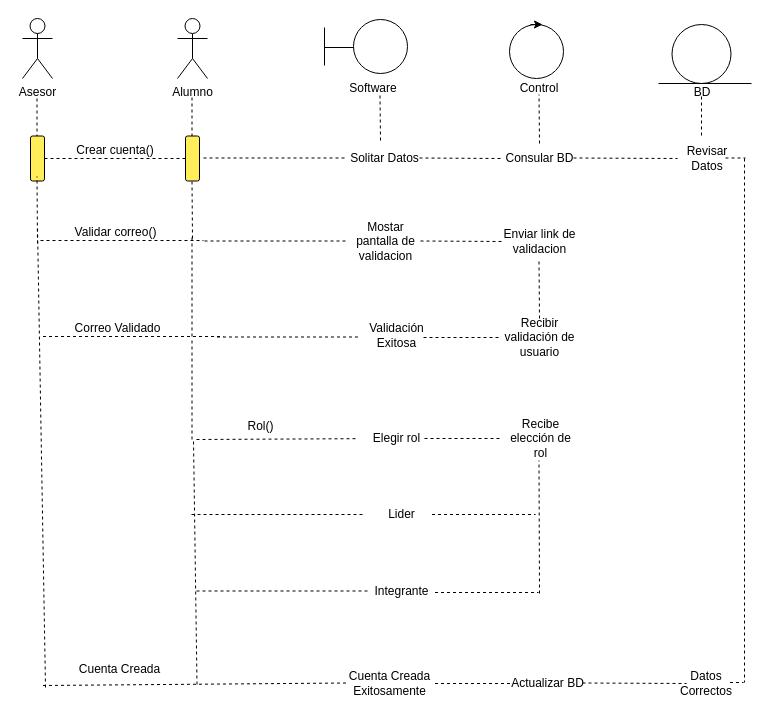
Earlier version of the draw.io diagram docs/modeling/Diagrama de Secuencia CrearCuenta.drawio (MrDonkey08/Link-Project). Source tidied: cells renumbered, new cells numbered last; positions are measured from the earlier drawing's top-left corner, leaving out a move shared by most shapes. Both pictures are drawn from the tidied source at 100%, with x=0, y=0 at pixel (15, 18).
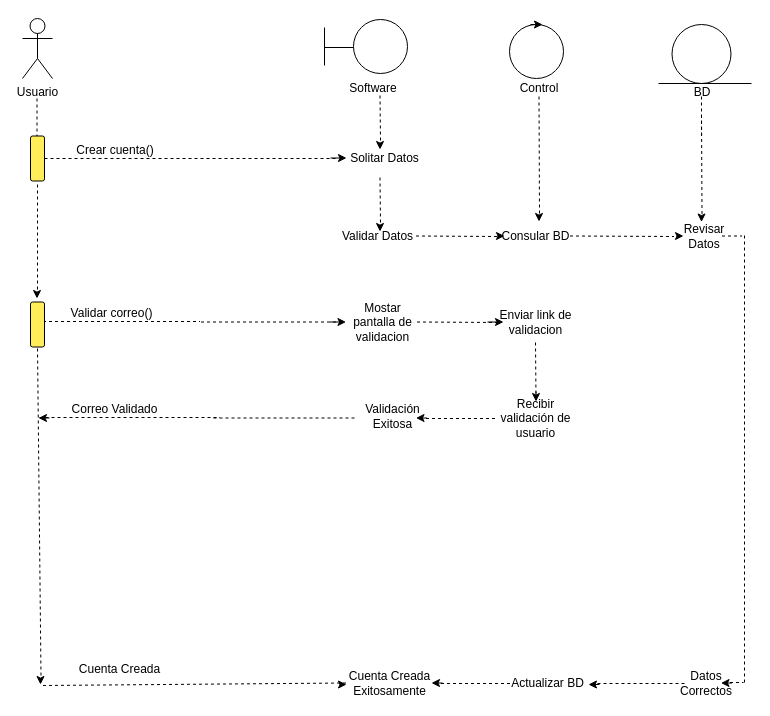
Above is the later version.

Unchanged cells that the change refers to:
```xml
<mxCell id="19" style="rounded=1;whiteSpace=wrap;html=1;rotation=-90;fillColor=#FFEE59;" parent="1" vertex="1">
  <mxGeometry x="-0.5" y="133" width="45" height="14" as="geometry" />
</mxCell>
```

Diff of the diagram source:
```diff
@@
-    <mxCell id="2" value="Asesor" style="shape=umlActor;verticalLabelPosition=bottom;verticalAlign=top;html=1;" parent="1" vertex="1">
+    <mxCell id="2" value="Usuario" style="shape=umlActor;verticalLabelPosition=bottom;verticalAlign=top;html=1;" parent="1" vertex="1">
       <mxGeometry x="7" width="30" height="60" as="geometry" />
     </mxCell>
-    <mxCell id="3" value="Alumno" style="shape=umlActor;verticalLabelPosition=bottom;verticalAlign=top;html=1;" parent="1" vertex="1">
-      <mxGeometry x="162" width="30" height="60" as="geometry" />
-    </mxCell>
@@
-    <mxCell id="14" style="endArrow=none;dashed=1;html=1;rounded=0;" parent="1" edge="1">
-      <mxGeometry relative="1" as="geometry">
-        <mxPoint x="176.5" y="118" as="sourcePoint" />
-        <mxPoint x="176.5" y="78" as="targetPoint" />
-      </mxGeometry>
-    </mxCell>
@@
-    <mxCell id="17" style="endArrow=none;dashed=1;html=1;rounded=0;exitX=0.5;exitY=0;exitDx=0;exitDy=0;" parent="1" edge="1" source="25">
+    <mxCell id="17" style="endArrow=none;dashed=1;html=1;rounded=0;" parent="1" edge="1">
       <mxGeometry relative="1" as="geometry">
+        <mxPoint x="524" y="195" as="sourcePoint" />
         <mxPoint x="523.5" y="76" as="targetPoint" />
       </mxGeometry>
     </mxCell>
@@
-    <mxCell id="20" style="rounded=1;whiteSpace=wrap;html=1;rotation=-90;fillColor=#FFEE59;" parent="1" vertex="1">
-      <mxGeometry x="154.5" y="133" width="45" height="14" as="geometry" />
-    </mxCell>
-    <mxCell id="21" style="endArrow=none;dashed=1;html=1;rounded=0;exitX=0.5;exitY=1;exitDx=0;exitDy=0;entryX=0.5;entryY=0;entryDx=0;entryDy=0;" parent="1" edge="1" source="19" target="20">
-      <mxGeometry relative="1" as="geometry" />
+    <mxCell id="21" style="endArrow=none;dashed=1;html=1;rounded=0;exitX=0.5;exitY=1;exitDx=0;exitDy=0;" parent="1" edge="1" source="19">
+      <mxGeometry relative="1" as="geometry">
+        <mxPoint x="320" y="140" as="targetPoint" />
+      </mxGeometry>
     </mxCell>
@@
-    <mxCell id="24" style="endArrow=none;dashed=1;html=1;rounded=0;exitX=0.5;exitY=1;exitDx=0;exitDy=0;entryX=0.5;entryY=0;entryDx=0;entryDy=0;" parent="1" edge="1">
-      <mxGeometry relative="1" as="geometry">
-        <mxPoint x="188" y="139.5" as="sourcePoint" />
-        <mxPoint x="329" y="139.5" as="targetPoint" />
-      </mxGeometry>
-    </mxCell>
     <mxCell id="25" value="Consular BD" style="text;html=1;align=center;verticalAlign=middle;whiteSpace=wrap;rounded=0;" parent="1" vertex="1">
-      <mxGeometry x="485.5" y="125" width="77" height="30" as="geometry" />
+      <mxGeometry x="482" y="203" width="77" height="30" as="geometry" />
     </mxCell>
     <mxCell id="26" style="endArrow=none;dashed=1;html=1;rounded=0;exitX=0.5;exitY=1;exitDx=0;exitDy=0;entryX=0;entryY=0.5;entryDx=0;entryDy=0;" parent="1" edge="1" target="25">
       <mxGeometry relative="1" as="geometry">
-        <mxPoint x="404" y="139.5" as="sourcePoint" />
+        <mxPoint x="400.5" y="217.5" as="sourcePoint" />
       </mxGeometry>
     </mxCell>
     <mxCell id="27" value="Revisar Datos" style="text;html=1;align=center;verticalAlign=middle;whiteSpace=wrap;rounded=0;" parent="1" vertex="1">
-      <mxGeometry x="662" y="125" width="60" height="30" as="geometry" />
+      <mxGeometry x="658.5" y="203" width="60" height="30" as="geometry" />
     </mxCell>
     <mxCell id="28" style="endArrow=none;dashed=1;html=1;rounded=0;exitX=0.5;exitY=1;exitDx=0;exitDy=0;entryX=0;entryY=0.5;entryDx=0;entryDy=0;" parent="1" edge="1" target="27">
       <mxGeometry relative="1" as="geometry">
-        <mxPoint x="558" y="139.5" as="sourcePoint" />
+        <mxPoint x="554.5" y="217.5" as="sourcePoint" />
       </mxGeometry>
     </mxCell>
     <mxCell id="29" style="endArrow=none;dashed=1;html=1;rounded=0;" parent="1" edge="1">
       <mxGeometry relative="1" as="geometry">
-        <mxPoint x="729" y="140" as="sourcePoint" />
+        <mxPoint x="729" y="217" as="sourcePoint" />
         <mxPoint x="729" y="664" as="targetPoint" />
       </mxGeometry>
     </mxCell>
     <mxCell id="30" style="endArrow=none;dashed=1;html=1;rounded=0;exitX=0.5;exitY=1;exitDx=0;exitDy=0;" parent="1" edge="1">
       <mxGeometry relative="1" as="geometry">
-        <mxPoint x="710" y="139.5" as="sourcePoint" />
-        <mxPoint x="730" y="139.5" as="targetPoint" />
+        <mxPoint x="706.5" y="217.5" as="sourcePoint" />
+        <mxPoint x="726.5" y="217.5" as="targetPoint" />
       </mxGeometry>
     </mxCell>
@@
-    <mxCell id="34" style="endArrow=none;dashed=1;html=1;rounded=0;exitX=0.5;exitY=1;exitDx=0;exitDy=0;entryX=0;entryY=0.5;entryDx=0;entryDy=0;" parent="1" edge="1">
+    <mxCell id="34" style="endArrow=none;dashed=1;html=1;rounded=0;entryX=0;entryY=0.5;entryDx=0;entryDy=0;" parent="1" edge="1">
       <mxGeometry relative="1" as="geometry">
-        <mxPoint x="567" y="664.5" as="sourcePoint" />
+        <mxPoint x="582" y="665" as="sourcePoint" />
         <mxPoint x="671" y="665" as="targetPoint" />
       </mxGeometry>
     </mxCell>
@@
-    <mxCell id="37" style="endArrow=none;dashed=1;html=1;rounded=0;" parent="1" edge="1">
-      <mxGeometry relative="1" as="geometry">
-        <mxPoint x="22" y="225" as="sourcePoint" />
-        <mxPoint x="21.5" y="158" as="targetPoint" />
-      </mxGeometry>
-    </mxCell>
-    <mxCell id="38" style="endArrow=none;dashed=1;html=1;rounded=0;" parent="1" edge="1">
-      <mxGeometry relative="1" as="geometry">
-        <mxPoint x="181.5" y="666" as="sourcePoint" />
-        <mxPoint x="178" y="421" as="targetPoint" />
-      </mxGeometry>
-    </mxCell>
@@
     <mxCell id="41" style="endArrow=none;dashed=1;html=1;rounded=0;exitX=0.5;exitY=1;exitDx=0;exitDy=0;" parent="1" edge="1">
       <mxGeometry relative="1" as="geometry">
-        <mxPoint x="25" y="222" as="sourcePoint" />
-        <mxPoint x="188" y="222" as="targetPoint" />
+        <mxPoint x="21.5" y="303" as="sourcePoint" />
+        <mxPoint x="184.5" y="303" as="targetPoint" />
       </mxGeometry>
     </mxCell>
     <mxCell id="42" value="Validar correo()" style="text;html=1;align=center;verticalAlign=middle;whiteSpace=wrap;rounded=0;" parent="1" vertex="1">
-      <mxGeometry x="54.5" y="199" width="91" height="30" as="geometry" />
+      <mxGeometry x="51" y="280" width="91" height="30" as="geometry" />
     </mxCell>
-    <mxCell id="43" style="endArrow=none;dashed=1;html=1;rounded=0;" parent="1" edge="1">
-      <mxGeometry relative="1" as="geometry">
-        <mxPoint x="177" y="220" as="sourcePoint" />
-        <mxPoint x="176.5" y="162" as="targetPoint" />
-      </mxGeometry>
-    </mxCell>
     <mxCell id="44" value="Mostar pantalla de validacion" style="text;html=1;align=center;verticalAlign=middle;whiteSpace=wrap;rounded=0;" parent="1" vertex="1">
-      <mxGeometry x="332" y="208" width="77" height="30" as="geometry" />
+      <mxGeometry x="328.5" y="289" width="77" height="30" as="geometry" />
     </mxCell>
     <mxCell id="45" style="endArrow=none;dashed=1;html=1;rounded=0;exitX=0.5;exitY=1;exitDx=0;exitDy=0;entryX=0.5;entryY=0;entryDx=0;entryDy=0;" parent="1" edge="1">
       <mxGeometry relative="1" as="geometry">
-        <mxPoint x="189" y="222.5" as="sourcePoint" />
-        <mxPoint x="330" y="222.5" as="targetPoint" />
+        <mxPoint x="185.5" y="303.5" as="sourcePoint" />
+        <mxPoint x="326.5" y="303.5" as="targetPoint" />
       </mxGeometry>
     </mxCell>
     <mxCell id="46" style="endArrow=none;dashed=1;html=1;rounded=0;exitX=0.5;exitY=1;exitDx=0;exitDy=0;entryX=0;entryY=0.5;entryDx=0;entryDy=0;" parent="1" edge="1">
       <mxGeometry relative="1" as="geometry">
-        <mxPoint x="405" y="222.5" as="sourcePoint" />
-        <mxPoint x="487" y="223" as="targetPoint" />
+        <mxPoint x="401.5" y="303.5" as="sourcePoint" />
+        <mxPoint x="483.5" y="304" as="targetPoint" />
       </mxGeometry>
     </mxCell>
     <mxCell id="47" value="Enviar link de validacion" style="text;html=1;align=center;verticalAlign=middle;whiteSpace=wrap;rounded=0;" parent="1" vertex="1">
-      <mxGeometry x="485.5" y="208" width="77" height="30" as="geometry" />
+      <mxGeometry x="482" y="289" width="77" height="30" as="geometry" />
     </mxCell>
     <mxCell id="48" style="endArrow=none;dashed=1;html=1;rounded=0;" parent="1" edge="1">
       <mxGeometry relative="1" as="geometry">
-        <mxPoint x="524" y="300" as="sourcePoint" />
-        <mxPoint x="523.5" y="242" as="targetPoint" />
+        <mxPoint x="520.5" y="381" as="sourcePoint" />
+        <mxPoint x="520" y="323" as="targetPoint" />
       </mxGeometry>
     </mxCell>
     <mxCell id="49" style="endArrow=none;dashed=1;html=1;rounded=0;entryX=0;entryY=0.5;entryDx=0;entryDy=0;" parent="1" edge="1">
       <mxGeometry relative="1" as="geometry">
-        <mxPoint x="408" y="319" as="sourcePoint" />
-        <mxPoint x="485.5" y="319" as="targetPoint" />
+        <mxPoint x="404.5" y="400" as="sourcePoint" />
+        <mxPoint x="482" y="400" as="targetPoint" />
       </mxGeometry>
     </mxCell>
     <mxCell id="50" value="Recibir validación de usuario" style="text;html=1;align=center;verticalAlign=middle;whiteSpace=wrap;rounded=0;" parent="1" vertex="1">
-      <mxGeometry x="485.5" y="304" width="77" height="30" as="geometry" />
+      <mxGeometry x="482" y="385" width="77" height="30" as="geometry" />
     </mxCell>
     <mxCell id="51" value="Validación Exitosa" style="text;html=1;align=center;verticalAlign=middle;whiteSpace=wrap;rounded=0;" parent="1" vertex="1">
-      <mxGeometry x="342.5" y="302" width="77" height="30" as="geometry" />
+      <mxGeometry x="339" y="383" width="77" height="30" as="geometry" />
     </mxCell>
     <mxCell id="52" style="endArrow=none;dashed=1;html=1;rounded=0;exitX=0.5;exitY=1;exitDx=0;exitDy=0;entryX=0.5;entryY=0;entryDx=0;entryDy=0;" parent="1" edge="1">
       <mxGeometry relative="1" as="geometry">
-        <mxPoint x="201.5" y="318.5" as="sourcePoint" />
-        <mxPoint x="342.5" y="318.5" as="targetPoint" />
+        <mxPoint x="198" y="399.5" as="sourcePoint" />
+        <mxPoint x="339" y="399.5" as="targetPoint" />
       </mxGeometry>
     </mxCell>
-    <mxCell id="53" style="endArrow=none;dashed=1;html=1;rounded=0;" parent="1" edge="1">
-      <mxGeometry relative="1" as="geometry">
-        <mxPoint x="30" y="669" as="sourcePoint" />
-        <mxPoint x="22" y="208" as="targetPoint" />
-      </mxGeometry>
-    </mxCell>
     <mxCell id="54" style="endArrow=none;dashed=1;html=1;rounded=0;exitX=0.5;exitY=1;exitDx=0;exitDy=0;" parent="1" edge="1">
       <mxGeometry relative="1" as="geometry">
-        <mxPoint x="27.5" y="318" as="sourcePoint" />
-        <mxPoint x="208" y="318" as="targetPoint" />
+        <mxPoint x="24" y="399" as="sourcePoint" />
+        <mxPoint x="204.5" y="399" as="targetPoint" />
       </mxGeometry>
     </mxCell>
     <mxCell id="55" value="Correo Validado" style="text;html=1;align=center;verticalAlign=middle;whiteSpace=wrap;rounded=0;" parent="1" vertex="1">
-      <mxGeometry x="57" y="295" width="91" height="30" as="geometry" />
+      <mxGeometry x="53.5" y="376" width="91" height="30" as="geometry" />
     </mxCell>
-    <mxCell id="56" style="endArrow=none;dashed=1;html=1;rounded=0;" parent="1" edge="1">
-      <mxGeometry relative="1" as="geometry">
-        <mxPoint x="176.5" y="318" as="sourcePoint" />
-        <mxPoint x="176.5" y="218" as="targetPoint" />
-      </mxGeometry>
-    </mxCell>
-    <mxCell id="57" style="endArrow=none;dashed=1;html=1;rounded=0;" parent="1" edge="1">
-      <mxGeometry relative="1" as="geometry">
-        <mxPoint x="176.5" y="421" as="sourcePoint" />
-        <mxPoint x="176.5" y="321" as="targetPoint" />
-      </mxGeometry>
-    </mxCell>
-    <mxCell id="58" style="endArrow=none;dashed=1;html=1;rounded=0;exitX=0.5;exitY=1;exitDx=0;exitDy=0;" parent="1" edge="1" target="59">
-      <mxGeometry relative="1" as="geometry">
-        <mxPoint x="181" y="421" as="sourcePoint" />
-      </mxGeometry>
-    </mxCell>
-    <mxCell id="59" value="Elegir rol" style="text;html=1;align=center;verticalAlign=middle;whiteSpace=wrap;rounded=0;" parent="1" vertex="1">
-      <mxGeometry x="342.5" y="405" width="77" height="30" as="geometry" />
-    </mxCell>
-    <mxCell id="60" value="Rol()" style="text;html=1;align=center;verticalAlign=middle;whiteSpace=wrap;rounded=0;" parent="1" vertex="1">
-      <mxGeometry x="199.5" y="393" width="91" height="30" as="geometry" />
-    </mxCell>
-    <mxCell id="61" style="endArrow=none;dashed=1;html=1;rounded=0;entryX=0;entryY=0.5;entryDx=0;entryDy=0;" parent="1" edge="1">
-      <mxGeometry relative="1" as="geometry">
-        <mxPoint x="409" y="420" as="sourcePoint" />
-        <mxPoint x="486.5" y="420" as="targetPoint" />
-      </mxGeometry>
-    </mxCell>
-    <mxCell id="62" value="Recibe elección de rol" style="text;html=1;align=center;verticalAlign=middle;whiteSpace=wrap;rounded=0;" parent="1" vertex="1">
-      <mxGeometry x="486.5" y="405" width="77" height="30" as="geometry" />
-    </mxCell>
-    <mxCell id="63" style="endArrow=none;dashed=1;html=1;rounded=0;" parent="1" edge="1">
-      <mxGeometry relative="1" as="geometry">
-        <mxPoint x="524" y="575" as="sourcePoint" />
-        <mxPoint x="523.5" y="442" as="targetPoint" />
-      </mxGeometry>
-    </mxCell>
-    <mxCell id="64" style="endArrow=none;dashed=1;html=1;rounded=0;" parent="1" edge="1">
-      <mxGeometry relative="1" as="geometry">
-        <mxPoint x="416.5" y="496" as="sourcePoint" />
-        <mxPoint x="520" y="496" as="targetPoint" />
-      </mxGeometry>
-    </mxCell>
-    <mxCell id="65" value="Lider" style="text;html=1;align=center;verticalAlign=middle;whiteSpace=wrap;rounded=0;" parent="1" vertex="1">
-      <mxGeometry x="348" y="481" width="77" height="30" as="geometry" />
-    </mxCell>
-    <mxCell id="66" style="endArrow=none;dashed=1;html=1;rounded=0;" parent="1" edge="1">
-      <mxGeometry relative="1" as="geometry">
-        <mxPoint x="419.5" y="574" as="sourcePoint" />
-        <mxPoint x="523" y="574" as="targetPoint" />
-      </mxGeometry>
-    </mxCell>
-    <mxCell id="67" value="Integrante" style="text;html=1;align=center;verticalAlign=middle;whiteSpace=wrap;rounded=0;" parent="1" vertex="1">
-      <mxGeometry x="348" y="558" width="77" height="30" as="geometry" />
-    </mxCell>
-    <mxCell id="68" style="endArrow=none;dashed=1;html=1;rounded=0;exitX=0.5;exitY=1;exitDx=0;exitDy=0;" parent="1" edge="1" target="65">
-      <mxGeometry relative="1" as="geometry">
-        <mxPoint x="176" y="496" as="sourcePoint" />
-      </mxGeometry>
-    </mxCell>
-    <mxCell id="69" style="endArrow=none;dashed=1;html=1;rounded=0;exitX=0.5;exitY=1;exitDx=0;exitDy=0;" parent="1" edge="1">
-      <mxGeometry relative="1" as="geometry">
-        <mxPoint x="181" y="572.5" as="sourcePoint" />
-        <mxPoint x="353" y="572.5" as="targetPoint" />
-      </mxGeometry>
-    </mxCell>
+    <mxCell id="70" style="endArrow=classic;html=1;rounded=0;" parent="1" edge="1">
+      <mxGeometry relative="1" as="geometry">
+        <mxPoint x="324" y="666" as="sourcePoint" />
+        <mxPoint x="331" y="666" as="targetPoint" />
+      </mxGeometry>
+    </mxCell>
+    <mxCell id="71" style="endArrow=classic;html=1;rounded=0;" parent="1" edge="1">
+      <mxGeometry relative="1" as="geometry">
+        <mxPoint x="315" y="139.5" as="sourcePoint" />
+        <mxPoint x="331" y="139.5" as="targetPoint" />
+      </mxGeometry>
+    </mxCell>
+    <mxCell id="72" value="Validar Datos" style="text;html=1;align=center;verticalAlign=middle;whiteSpace=wrap;rounded=0;" parent="1" vertex="1">
+      <mxGeometry x="323.5" y="203" width="77" height="30" as="geometry" />
+    </mxCell>
+    <mxCell id="73" style="endArrow=classic;html=1;rounded=0;" parent="1" edge="1">
+      <mxGeometry relative="1" as="geometry">
+        <mxPoint x="364.5" y="125" as="sourcePoint" />
+        <mxPoint x="364.5" y="131" as="targetPoint" />
+      </mxGeometry>
+    </mxCell>
+    <mxCell id="74" style="endArrow=none;dashed=1;html=1;rounded=0;" parent="1" edge="1">
+      <mxGeometry relative="1" as="geometry">
+        <mxPoint x="365" y="204" as="sourcePoint" />
+        <mxPoint x="364.5" y="159" as="targetPoint" />
+      </mxGeometry>
+    </mxCell>
+    <mxCell id="75" style="endArrow=classic;html=1;rounded=0;" parent="1" edge="1">
+      <mxGeometry relative="1" as="geometry">
+        <mxPoint x="364.5" y="207" as="sourcePoint" />
+        <mxPoint x="364.5" y="213" as="targetPoint" />
+      </mxGeometry>
+    </mxCell>
+    <mxCell id="76" style="endArrow=classic;html=1;rounded=0;" parent="1" edge="1">
+      <mxGeometry relative="1" as="geometry">
+        <mxPoint x="523.5" y="197" as="sourcePoint" />
+        <mxPoint x="523.5" y="203" as="targetPoint" />
+      </mxGeometry>
+    </mxCell>
+    <mxCell id="77" style="endArrow=none;dashed=1;html=1;rounded=0;" parent="1" edge="1">
+      <mxGeometry relative="1" as="geometry">
+        <mxPoint x="686.5" y="195.5" as="sourcePoint" />
+        <mxPoint x="686" y="94" as="targetPoint" />
+      </mxGeometry>
+    </mxCell>
+    <mxCell id="78" style="endArrow=classic;html=1;rounded=0;" parent="1" edge="1">
+      <mxGeometry relative="1" as="geometry">
+        <mxPoint x="686" y="197.5" as="sourcePoint" />
+        <mxPoint x="686" y="203.5" as="targetPoint" />
+      </mxGeometry>
+    </mxCell>
+    <mxCell id="79" style="rounded=1;whiteSpace=wrap;html=1;rotation=-90;fillColor=#FFEE59;" parent="1" vertex="1">
+      <mxGeometry x="-0.5" y="299" width="45" height="14" as="geometry" />
+    </mxCell>
+    <mxCell id="80" style="endArrow=none;dashed=1;html=1;rounded=0;" parent="1" edge="1">
+      <mxGeometry relative="1" as="geometry">
+        <mxPoint x="22" y="271" as="sourcePoint" />
+        <mxPoint x="22" y="165" as="targetPoint" />
+      </mxGeometry>
+    </mxCell>
+    <mxCell id="81" style="endArrow=classic;html=1;rounded=0;" parent="1" edge="1">
+      <mxGeometry relative="1" as="geometry">
+        <mxPoint x="21.5" y="274" as="sourcePoint" />
+        <mxPoint x="21.5" y="280" as="targetPoint" />
+      </mxGeometry>
+    </mxCell>
+    <mxCell id="82" style="endArrow=classic;html=1;rounded=0;" parent="1" edge="1">
+      <mxGeometry relative="1" as="geometry">
+        <mxPoint x="314.5" y="303.5" as="sourcePoint" />
+        <mxPoint x="330.5" y="303.5" as="targetPoint" />
+      </mxGeometry>
+    </mxCell>
+    <mxCell id="83" style="endArrow=classic;html=1;rounded=0;" parent="1" edge="1">
+      <mxGeometry relative="1" as="geometry">
+        <mxPoint x="472" y="303.5" as="sourcePoint" />
+        <mxPoint x="488" y="303.5" as="targetPoint" />
+      </mxGeometry>
+    </mxCell>
+    <mxCell id="84" style="endArrow=classic;html=1;rounded=0;" parent="1" edge="1">
+      <mxGeometry relative="1" as="geometry">
+        <mxPoint x="584" y="666" as="sourcePoint" />
+        <mxPoint x="573" y="666" as="targetPoint" />
+      </mxGeometry>
+    </mxCell>
+    <mxCell id="85" style="endArrow=classic;html=1;rounded=0;" parent="1" edge="1">
+      <mxGeometry relative="1" as="geometry">
+        <mxPoint x="661" y="217.5" as="sourcePoint" />
+        <mxPoint x="668" y="217.5" as="targetPoint" />
+      </mxGeometry>
+    </mxCell>
+    <mxCell id="86" style="endArrow=classic;html=1;rounded=0;" parent="1" edge="1">
+      <mxGeometry relative="1" as="geometry">
+        <mxPoint x="482" y="217.5" as="sourcePoint" />
+        <mxPoint x="489" y="217.5" as="targetPoint" />
+      </mxGeometry>
+    </mxCell>
+    <mxCell id="87" style="endArrow=classic;html=1;rounded=0;" parent="1" edge="1">
+      <mxGeometry relative="1" as="geometry">
+        <mxPoint x="427" y="664.5" as="sourcePoint" />
+        <mxPoint x="416" y="664.5" as="targetPoint" />
+      </mxGeometry>
+    </mxCell>
+    <mxCell id="88" style="endArrow=classic;html=1;rounded=0;" parent="1" edge="1">
+      <mxGeometry relative="1" as="geometry">
+        <mxPoint x="716.5" y="664.5" as="sourcePoint" />
+        <mxPoint x="705.5" y="664.5" as="targetPoint" />
+      </mxGeometry>
+    </mxCell>
+    <mxCell id="89" style="endArrow=classic;html=1;rounded=0;" parent="1" edge="1">
+      <mxGeometry relative="1" as="geometry">
+        <mxPoint x="34" y="399.5" as="sourcePoint" />
+        <mxPoint x="23" y="399.5" as="targetPoint" />
+      </mxGeometry>
+    </mxCell>
+    <mxCell id="90" style="endArrow=classic;html=1;rounded=0;" parent="1" edge="1">
+      <mxGeometry relative="1" as="geometry">
+        <mxPoint x="520.5" y="373" as="sourcePoint" />
+        <mxPoint x="520.5" y="383" as="targetPoint" />
+      </mxGeometry>
+    </mxCell>
+    <mxCell id="91" style="endArrow=classic;html=1;rounded=0;" parent="1" edge="1">
+      <mxGeometry relative="1" as="geometry">
+        <mxPoint x="411.5" y="399.5" as="sourcePoint" />
+        <mxPoint x="400.5" y="399.5" as="targetPoint" />
+      </mxGeometry>
+    </mxCell>
+    <mxCell id="92" style="endArrow=none;dashed=1;html=1;rounded=0;entryX=0;entryY=0.5;entryDx=0;entryDy=0;" parent="1" edge="1" target="79">
+      <mxGeometry relative="1" as="geometry">
+        <mxPoint x="25.5" y="657" as="sourcePoint" />
+      </mxGeometry>
+    </mxCell>
+    <mxCell id="93" style="endArrow=classic;html=1;rounded=0;" parent="1" edge="1">
+      <mxGeometry relative="1" as="geometry">
+        <mxPoint x="25" y="660" as="sourcePoint" />
+        <mxPoint x="25" y="666" as="targetPoint" />
+      </mxGeometry>
+    </mxCell>
```
